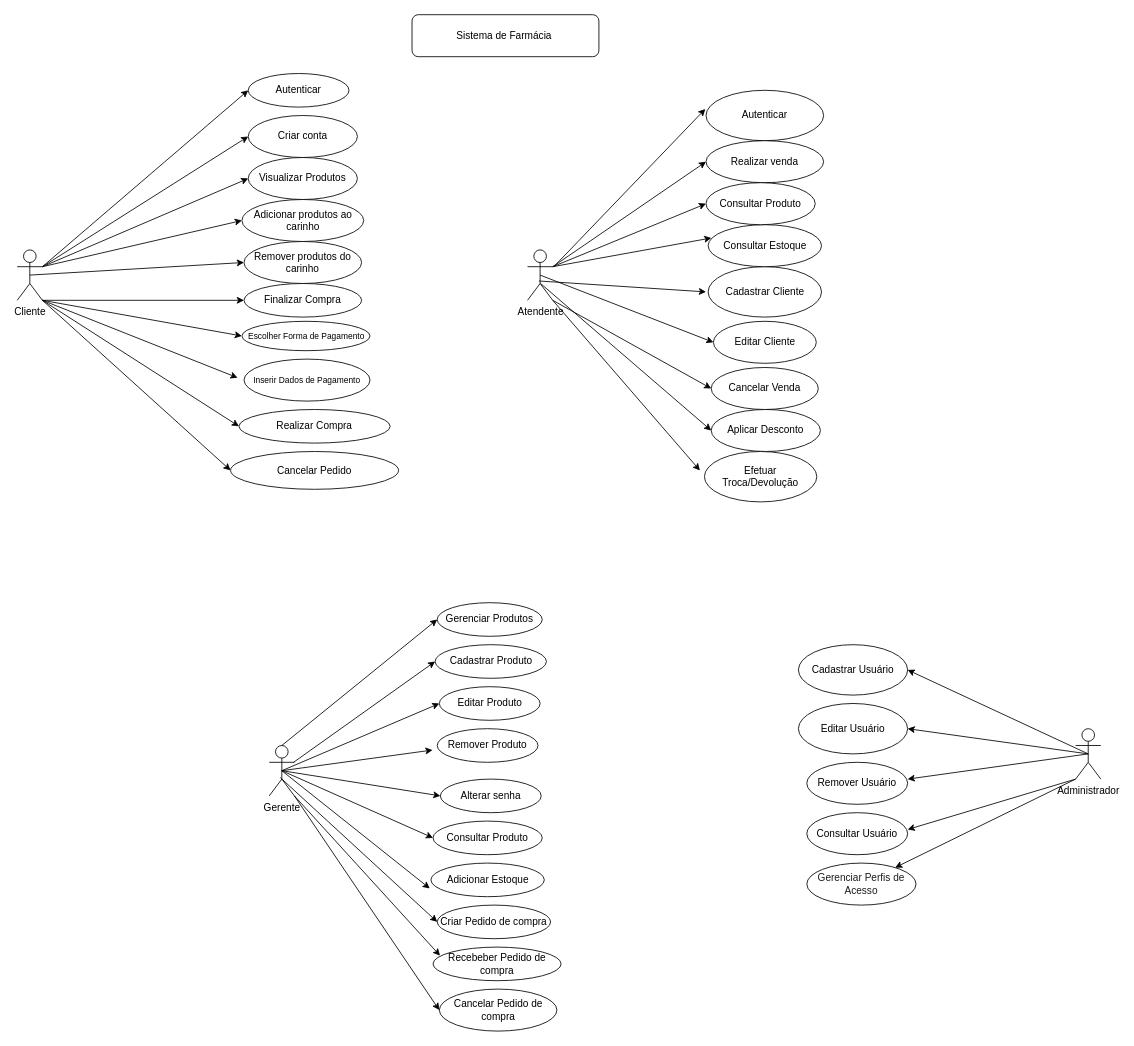
sabrinaLM893/diagramasderequisitos keeps this draw.io diagram as page "Página-7" (5 of 6) of Diagrama sem noe.drawio. Above is the earlier version. Source tidied: cells renumbered, new cells numbered last; positions are measured from the earlier drawing's top-left corner, leaving out a move shared by most shapes. Both pictures are drawn from the tidied source at 84%, with x=0, y=0 at pixel (17, 14).
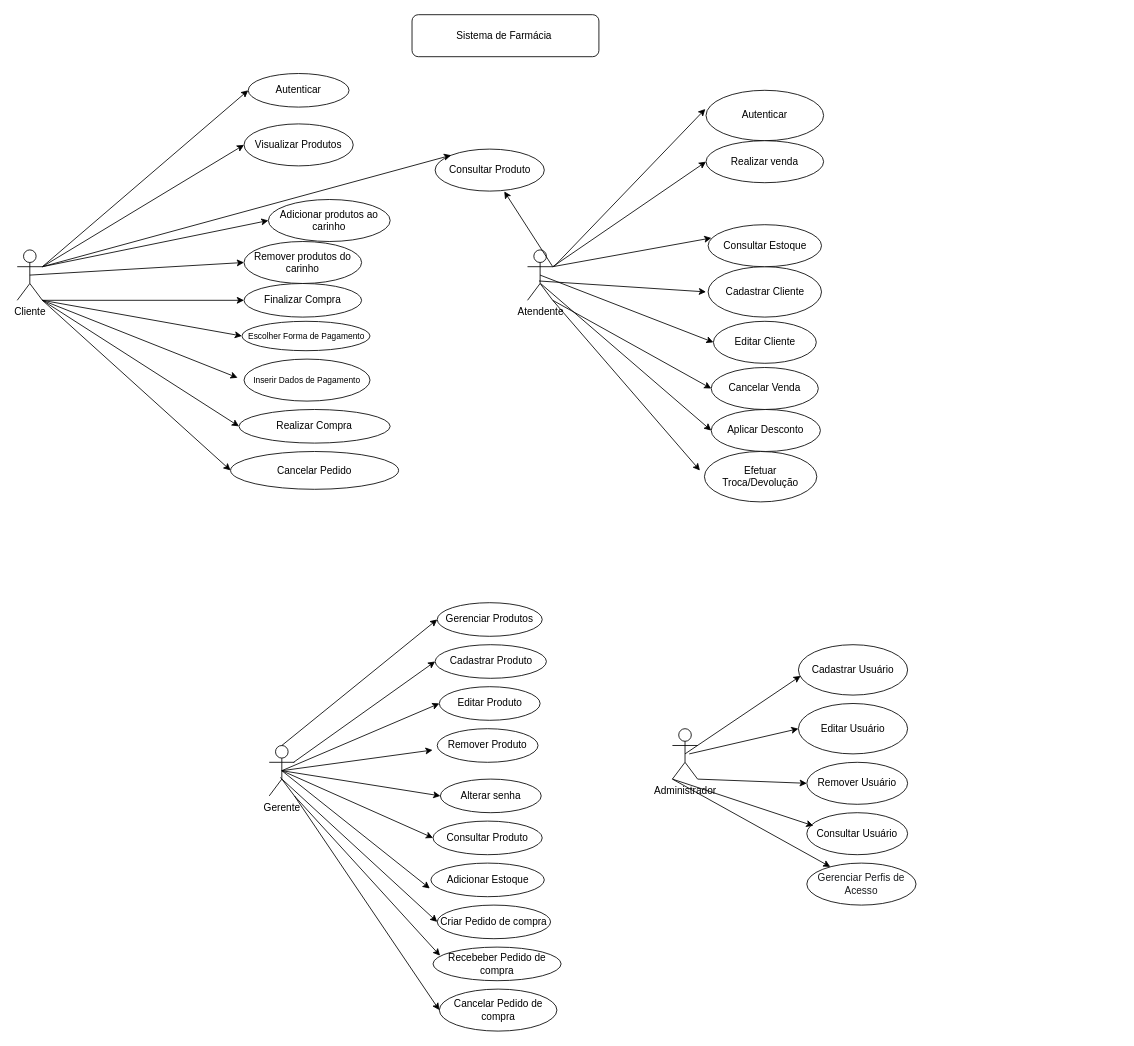
The same diagram, later.

The change refers to these unchanged cells:
```xml
<mxCell id="2" value="Cliente" style="shape=umlActor;verticalLabelPosition=bottom;verticalAlign=top;html=1;outlineConnect=0;" parent="1" vertex="1">
  <mxGeometry y="280" width="30" height="60" as="geometry" />
</mxCell>
<mxCell id="13" value="Atendente" style="shape=umlActor;verticalLabelPosition=bottom;verticalAlign=top;html=1;outlineConnect=0;" parent="1" vertex="1">
  <mxGeometry x="607.5" y="280" width="30" height="60" as="geometry" />
</mxCell>
<mxCell id="34" value="Remover Usuário" style="ellipse;whiteSpace=wrap;html=1;" parent="1" vertex="1">
  <mxGeometry x="940" y="890" width="120" height="50" as="geometry" />
</mxCell>
<mxCell id="36" value="Consultar Usuário" style="ellipse;whiteSpace=wrap;html=1;" parent="1" vertex="1">
  <mxGeometry x="940" y="950" width="120" height="50" as="geometry" />
</mxCell>
<mxCell id="37" value="Editar Usuário" style="ellipse;whiteSpace=wrap;html=1;" parent="1" vertex="1">
  <mxGeometry x="930" y="820" width="130" height="60" as="geometry" />
</mxCell>
<mxCell id="38" value="Cadastrar Usuário" style="ellipse;whiteSpace=wrap;html=1;" parent="1" vertex="1">
  <mxGeometry x="930" y="750" width="130" height="60" as="geometry" />
</mxCell>
```

What changed in the source:
```diff
@@
     <mxCell id="3" value="Visualizar Produtos" style="ellipse;whiteSpace=wrap;html=1;" parent="1" vertex="1">
-      <mxGeometry x="275" y="170" width="130" height="50" as="geometry" />
+      <mxGeometry x="270" y="130" width="130" height="50" as="geometry" />
     </mxCell>
@@
-    <mxCell id="5" value="Criar conta" style="ellipse;whiteSpace=wrap;html=1;" parent="1" vertex="1">
-      <mxGeometry x="275" y="120" width="130" height="50" as="geometry" />
-    </mxCell>
@@
     <mxCell id="9" value="Adicionar produtos ao carinho" style="ellipse;whiteSpace=wrap;html=1;" parent="1" vertex="1">
-      <mxGeometry x="267.5" y="220" width="145" height="50" as="geometry" />
+      <mxGeometry x="299" y="220" width="145" height="50" as="geometry" />
     </mxCell>
@@
     <mxCell id="19" value="Consultar Produto" style="ellipse;whiteSpace=wrap;html=1;" parent="1" vertex="1">
-      <mxGeometry x="820" y="200" width="130" height="50" as="geometry" />
+      <mxGeometry x="497.5" y="160" width="130" height="50" as="geometry" />
     </mxCell>
@@
     <mxCell id="33" value="Administrador" style="shape=umlActor;verticalLabelPosition=bottom;verticalAlign=top;html=1;outlineConnect=0;" parent="1" vertex="1">
-      <mxGeometry x="1260" y="850" width="30" height="60" as="geometry" />
+      <mxGeometry x="780" y="850" width="30" height="60" as="geometry" />
     </mxCell>
@@
-    <mxCell id="39" style="endArrow=classic;html=1;rounded=0;entryX=0;entryY=0.5;entryDx=0;entryDy=0;exitX=1;exitY=0.3333333333333333;exitDx=0;exitDy=0;exitPerimeter=0;" parent="1" edge="1" source="2" target="5">
+    <mxCell id="39" style="endArrow=classic;html=1;rounded=0;entryX=0;entryY=0;entryDx=0;entryDy=0;exitX=1;exitY=0.3333333333333333;exitDx=0;exitDy=0;exitPerimeter=0;" parent="1" edge="1" source="2" target="19">
       <mxGeometry relative="1" as="geometry" />
     </mxCell>
@@
-    <mxCell id="51" style="endArrow=classic;html=1;rounded=0;entryX=0;entryY=0.5;entryDx=0;entryDy=0;exitX=1;exitY=0.3333333333333333;exitDx=0;exitDy=0;exitPerimeter=0;" parent="1" edge="1" source="13" target="19">
+    <mxCell id="51" style="endArrow=classic;html=1;rounded=0;entryX=0.633;entryY=1.008;entryDx=0;entryDy=0;exitX=1;exitY=0.3333333333333333;exitDx=0;exitDy=0;exitPerimeter=0;entryPerimeter=0;" parent="1" edge="1" source="13" target="19">
       <mxGeometry relative="1" as="geometry" />
     </mxCell>
@@
-    <mxCell id="67" style="endArrow=classic;html=1;rounded=0;entryX=1;entryY=0.5;entryDx=0;entryDy=0;exitX=0.5;exitY=0.5;exitDx=0;exitDy=0;exitPerimeter=0;" parent="1" edge="1" source="33" target="38">
+    <mxCell id="67" style="endArrow=classic;html=1;rounded=0;entryX=0.02;entryY=0.62;entryDx=0;entryDy=0;exitX=0.5;exitY=0.5;exitDx=0;exitDy=0;exitPerimeter=0;entryPerimeter=0;" parent="1" edge="1" source="33" target="38">
       <mxGeometry relative="1" as="geometry" />
     </mxCell>
-    <mxCell id="68" style="endArrow=classic;html=1;rounded=0;exitX=0.5;exitY=0.5;exitDx=0;exitDy=0;exitPerimeter=0;" parent="1" edge="1" source="33">
+    <mxCell id="68" style="endArrow=classic;html=1;rounded=0;entryX=0;entryY=0.5;entryDx=0;entryDy=0;" parent="1" edge="1" target="37">
       <mxGeometry relative="1" as="geometry">
-        <mxPoint x="1060" y="850" as="targetPoint" />
+        <mxPoint x="800" y="880" as="sourcePoint" />
       </mxGeometry>
     </mxCell>
-    <mxCell id="69" style="endArrow=classic;html=1;rounded=0;exitX=0.5;exitY=0.5;exitDx=0;exitDy=0;exitPerimeter=0;" parent="1" edge="1" source="33">
-      <mxGeometry relative="1" as="geometry">
-        <mxPoint x="1060" y="910" as="targetPoint" />
-      </mxGeometry>
+    <mxCell id="69" style="endArrow=classic;html=1;rounded=0;entryX=0;entryY=0.5;entryDx=0;entryDy=0;exitX=1;exitY=1;exitDx=0;exitDy=0;exitPerimeter=0;" parent="1" edge="1" source="33" target="34">
+      <mxGeometry relative="1" as="geometry" />
     </mxCell>
-    <mxCell id="70" style="endArrow=classic;html=1;rounded=0;exitX=0;exitY=1;exitDx=0;exitDy=0;exitPerimeter=0;" parent="1" edge="1" source="33">
-      <mxGeometry relative="1" as="geometry">
-        <mxPoint x="1060" y="970" as="targetPoint" />
-      </mxGeometry>
+    <mxCell id="70" style="endArrow=classic;html=1;rounded=0;exitX=0;exitY=1;exitDx=0;exitDy=0;exitPerimeter=0;entryX=0.065;entryY=0.312;entryDx=0;entryDy=0;entryPerimeter=0;" parent="1" edge="1" source="33" target="36">
+      <mxGeometry relative="1" as="geometry" />
     </mxCell>
```
